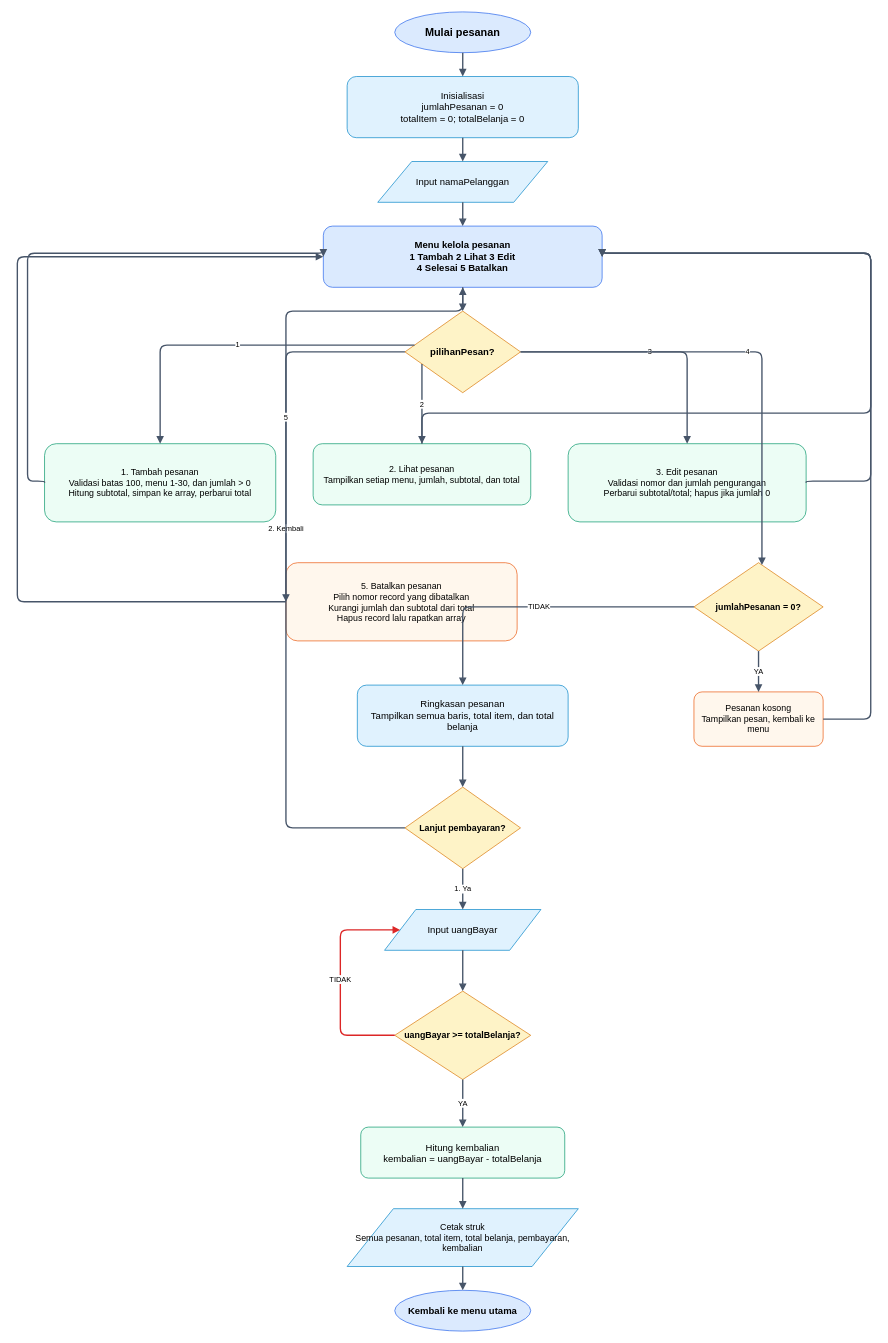
Earlier version of the draw.io diagram PJBL-Daspro.drawio (SyamayDev/PJBL_Daspro). Source tidied: cells renumbered, new cells numbered last; positions are measured from the earlier drawing's top-left corner, leaving out a move shared by most shapes. Both pictures are drawn from the tidied source at 68%, with x=0, y=0 at pixel (17, 12).
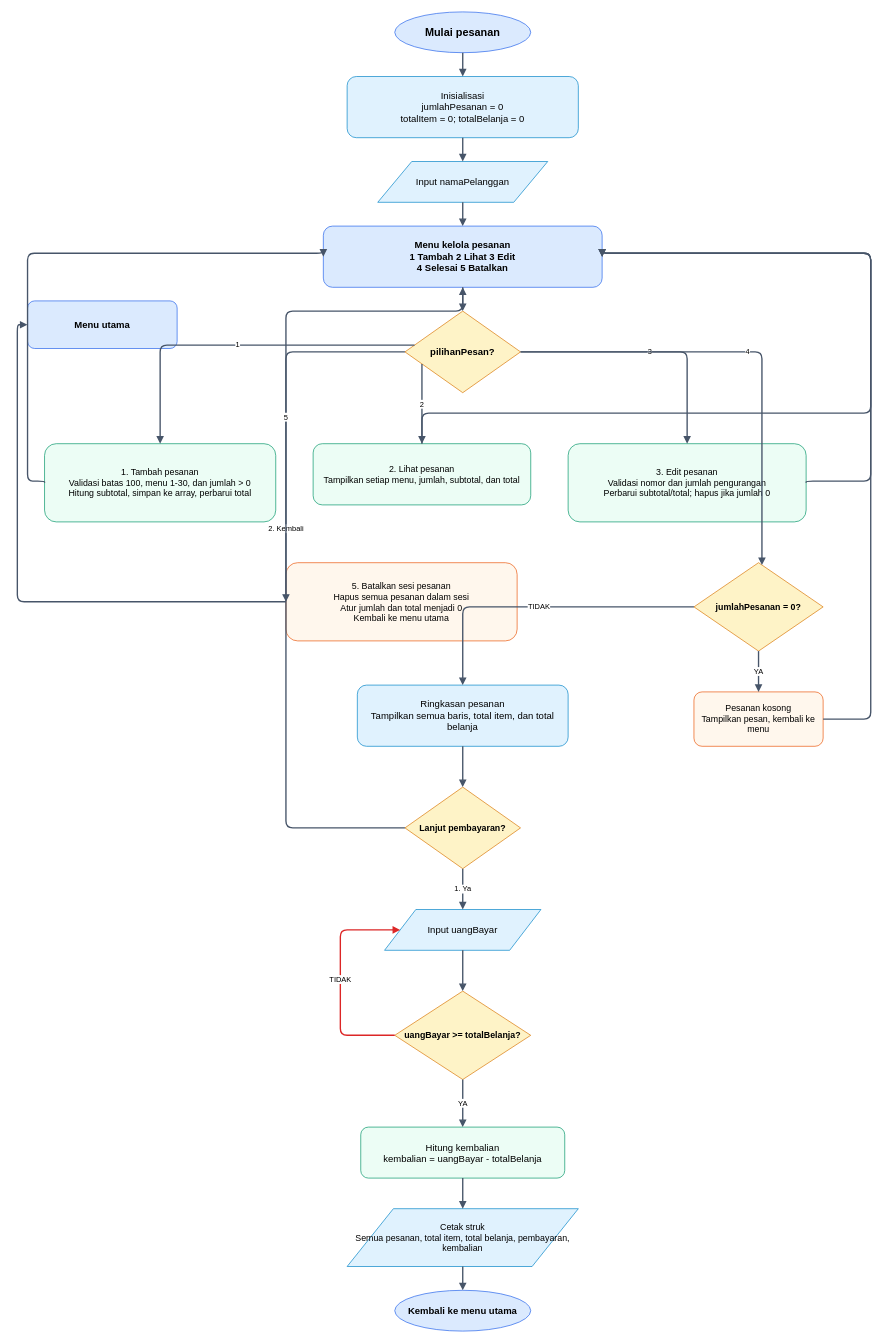
The same page after the edit.

The change refers to these unchanged cells:
```xml
<mxCell id="5" value="Menu kelola pesanan&#10;1 Tambah   2 Lihat   3 Edit&#10;4 Selesai   5 Batalkan" style="rounded=1;whiteSpace=wrap;html=1;fillColor=#dbeafe;strokeColor=#2563eb;fontStyle=1;fontSize=14;" parent="1" vertex="1">
  <mxGeometry x="450" y="315" width="410" height="90" as="geometry" />
</mxCell>
```

Change to the diagram source:
```diff
@@
-    <mxCell id="10" value="5. Batalkan pesanan&#10;Pilih nomor record yang dibatalkan&#10;Kurangi jumlah dan subtotal dari total&#10;Hapus record lalu rapatkan array" style="rounded=1;whiteSpace=wrap;html=1;fillColor=#fff7ed;strokeColor=#ea580c;fontSize=13;" parent="1" vertex="1">
+    <mxCell id="10" value="5. Batalkan sesi pesanan&#10;Hapus semua pesanan dalam sesi&#10;Atur jumlah dan total menjadi 0&#10;Kembali ke menu utama" style="rounded=1;whiteSpace=wrap;html=1;fillColor=#fff7ed;strokeColor=#ea580c;fontSize=13;" parent="1" vertex="1">
       <mxGeometry x="395" y="810" width="340" height="115" as="geometry" />
     </mxCell>
+    <mxCell id="44" value="Menu utama" style="rounded=1;whiteSpace=wrap;html=1;fillColor=#dbeafe;strokeColor=#2563eb;fontStyle=1;fontSize=14;" parent="1" vertex="1">
+      <mxGeometry x="15" y="425" width="220" height="70" as="geometry" />
+    </mxCell>
@@
-    <mxCell id="43" style="edgeStyle=orthogonalEdgeStyle;rounded=1;html=1;endArrow=block;endFill=1;strokeWidth=2;strokeColor=#475569;exitX=0;exitY=0.5;entryX=0;entryY=0.5;" parent="1" edge="1" source="10" target="5">
+    <mxCell id="43" style="edgeStyle=orthogonalEdgeStyle;rounded=1;html=1;endArrow=block;endFill=1;strokeWidth=2;strokeColor=#475569;exitX=0;exitY=0.5;entryX=0;entryY=0.5;" parent="1" edge="1" source="10" target="44">
       <mxGeometry relative="1" as="geometry">
         <Array as="points">
           <mxPoint y="867" />
-          <mxPoint y="360" />
+          <mxPoint y="460" />
         </Array>
       </mxGeometry>
     </mxCell>
```
